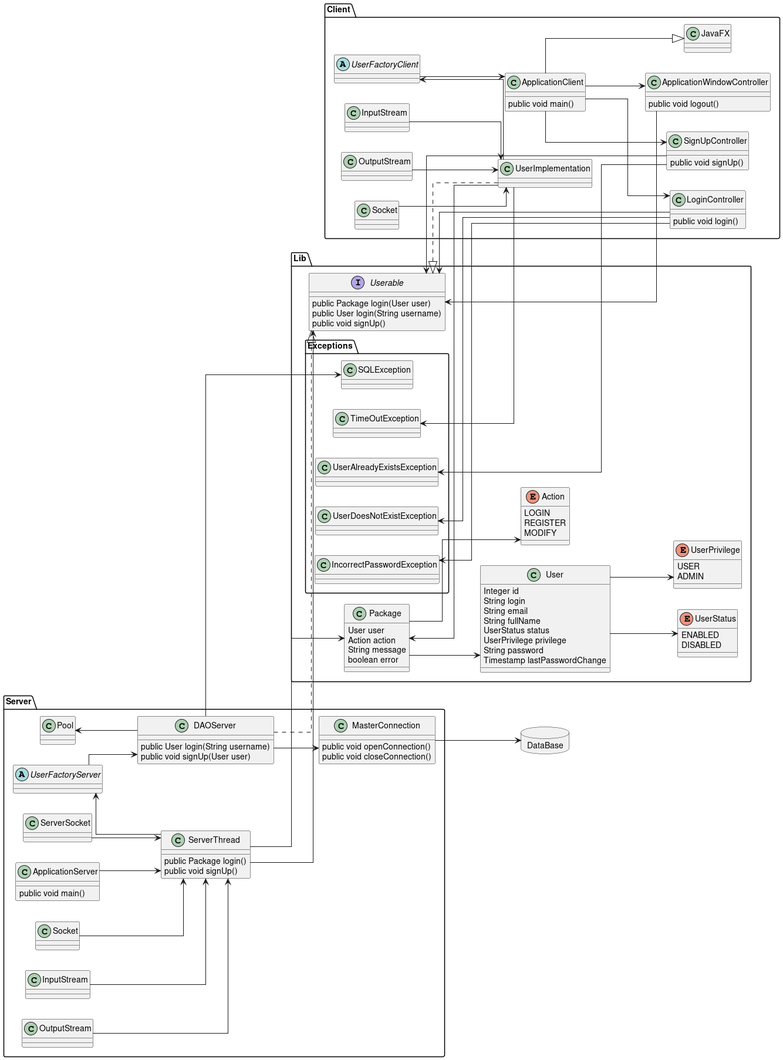
joana-renteria/SignUpSignIn keeps this PlantUML diagram as design/client_server.png. Above is the earlier version.
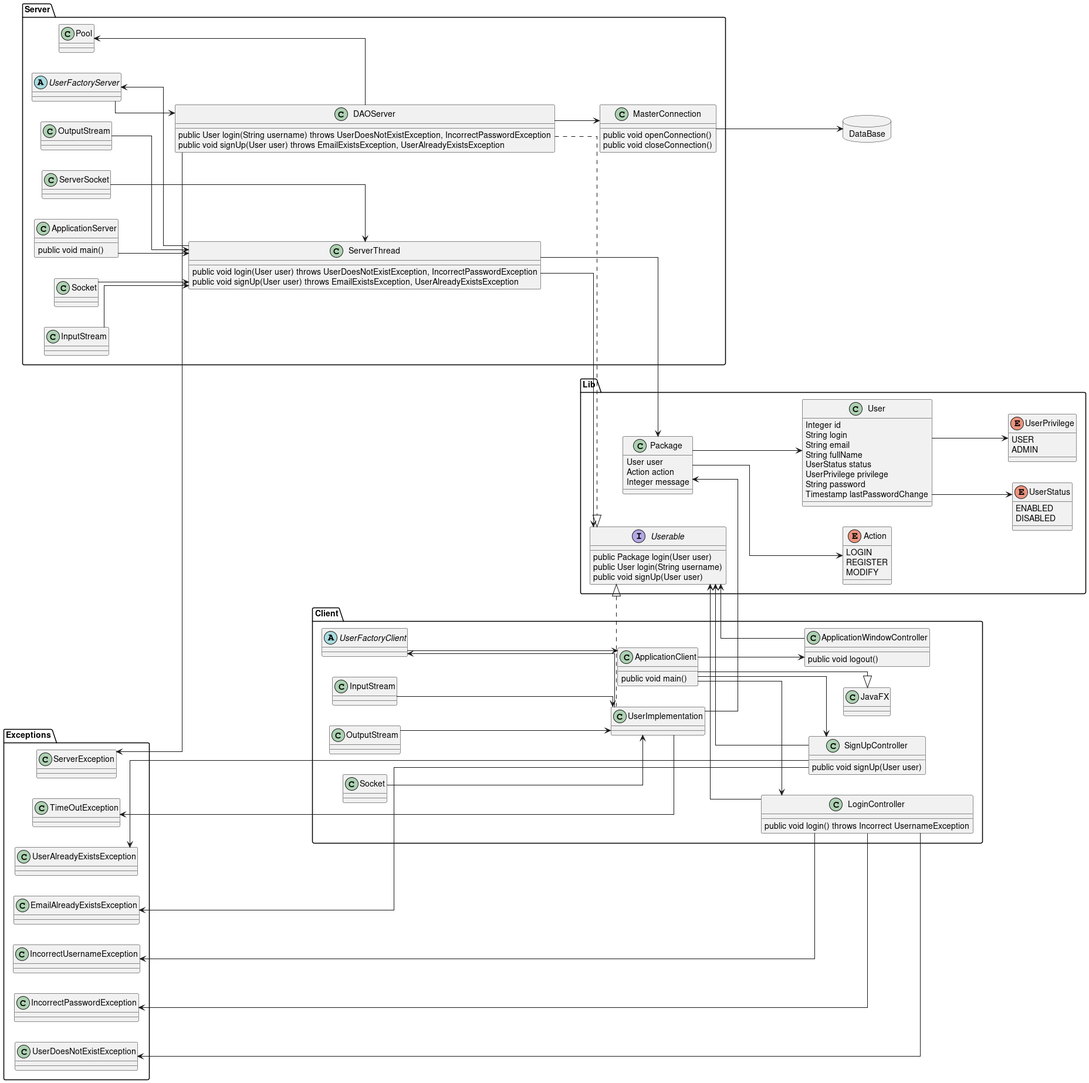
Later version of the same file.

The edit, as a diff of the source:
```diff
@@ -8,8 +8,8 @@
 	}
 
 	class ServerThread {
-		public Package login()
-		public void signUp()
+		public void login(User user) throws UserDoesNotExistException, IncorrectPasswordException
+		public void signUp(User user) throws EmailExistsException, UserAlreadyExistsException
 	}
 
 	abstract UserFactoryServer {
@@ -21,8 +21,8 @@
 	}
 
 	class DAOServer {
-		public User login(String username)
-		public void signUp(User user)
+		public User login(String username) throws UserDoesNotExistException, IncorrectPasswordException
+		public void signUp(User user) throws EmailExistsException, UserAlreadyExistsException
 	}
 
 	class MasterConnection {
@@ -45,11 +45,11 @@
 	}
 
 	class LoginController {
-		public void login()
+		public void login() throws Incorrect UsernameException
 	}
 
 	class SignUpController {
-		public void signUp()
+		public void signUp(User user)
 	}
 
 	class ApplicationWindowController {
@@ -83,14 +83,13 @@
 	class Package {
 		User user
 		Action action
-		String message
-		boolean error
+		Integer message
 	}
 
 	interface Userable {
 		public Package login(User user)
 		public User login(String username)
-		public void signUp()
+		public void signUp(User user)
 	}
 
 	class User {
@@ -114,14 +113,16 @@
 		ADMIN
 	}
 
-	package Exceptions {
-		class SQLException{}
-		class UserDoesNotExistException{}
-		class IncorrectPasswordException{}
-		class TimeOutException{}
-		class UserAlreadyExistsException{}
-	}
+}
 
+package Exceptions {
+	class ServerException{}
+	class UserDoesNotExistException{}
+	class IncorrectUsernameException{}
+	class IncorrectPasswordException{}
+	class TimeOutException{}
+	class UserAlreadyExistsException{}
+	class EmailAlreadyExistsException{}
 }
 
 UserImplementation --> Package
@@ -162,11 +163,13 @@
 Client.InputStream --> UserImplementation
 Client.OutputStream --> UserImplementation
 
-SQLException 		<-- DAOServer
-TimeOutException 	<-- UserImplementation
+ServerException <-- DAOServer
+TimeOutException <-- UserImplementation
 UserAlreadyExistsException <-- SignUpController
+EmailAlreadyExistsException <-- SignUpController
 UserDoesNotExistException <-- LoginController
 IncorrectPasswordException <-- LoginController
+IncorrectUsernameException <-- LoginController
 
 Package --> User
 User --> UserPrivilege
```
